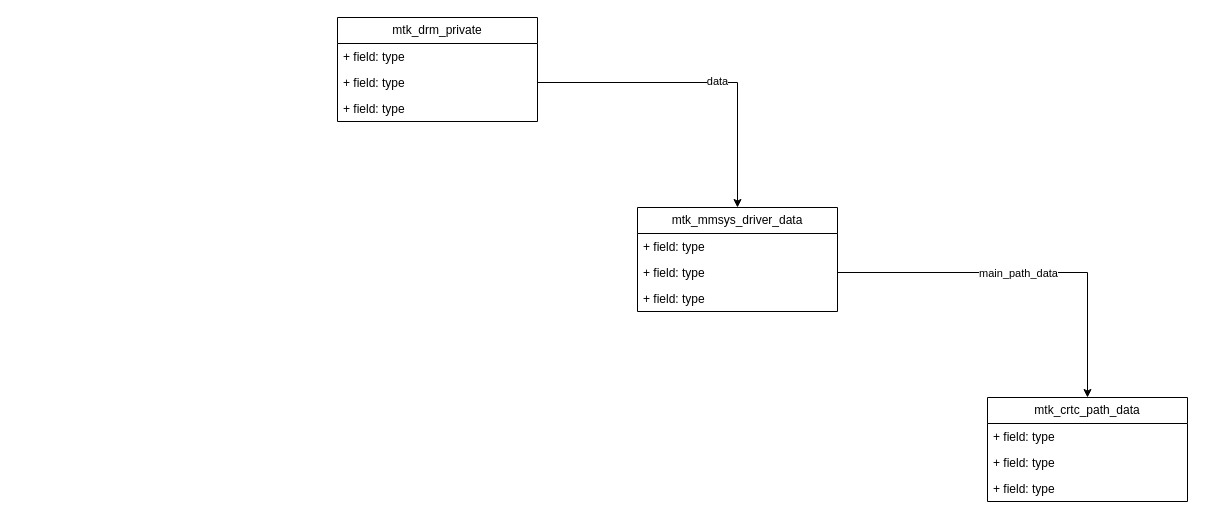
Earlier version of the draw.io diagram mtk_drm.drawio (Kaling1203/Diagram). Source tidied: cells renumbered, new cells numbered last; positions are measured from the earlier drawing's top-left corner, leaving out a move shared by most shapes. Both pictures are drawn from the tidied source at 100%, with x=0, y=0 at pixel (337, 17).
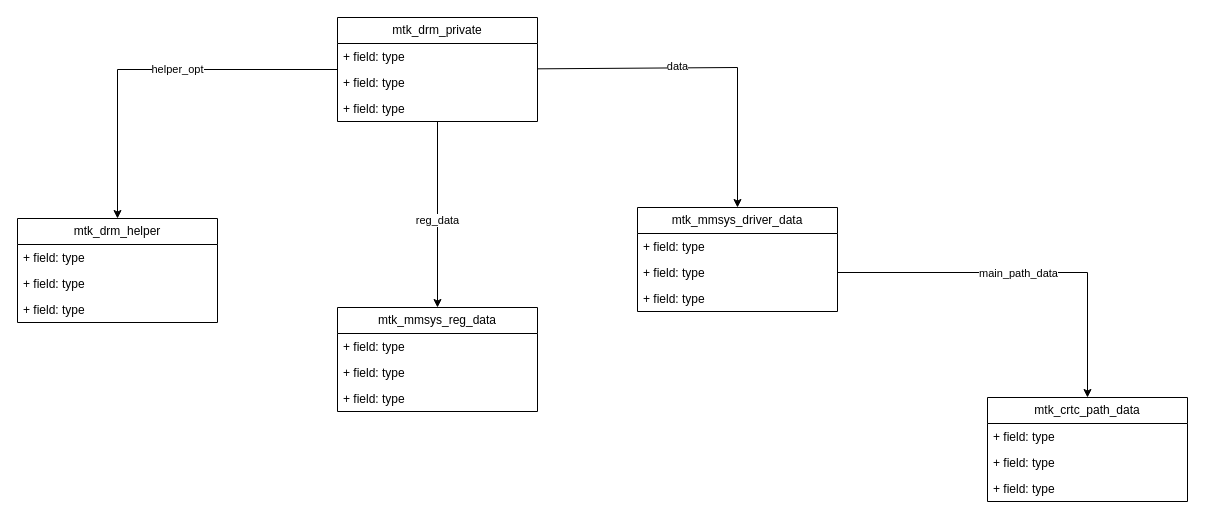
The same diagram, later.

Unchanged cells that the change refers to:
```xml
<mxCell id="2" value="mtk_drm_private" style="swimlane;fontStyle=0;horizontal=1;startSize=26;fillColor=none;whiteSpace=wrap;html=1;" parent="1" vertex="1">
  <mxGeometry width="200" height="104" as="geometry" />
</mxCell>
<mxCell id="4" value="+ field: type" style="text;strokeColor=none;fillColor=none;align=left;verticalAlign=top;spacingLeft=4;spacingRight=4;overflow=hidden;points=[[0,0.5],[1,0.5]];portConstraint=eastwest;whiteSpace=wrap;html=1;" parent="2" vertex="1">
  <mxGeometry y="52" width="200" height="26" as="geometry" />
</mxCell>
<mxCell id="6" value="mtk_mmsys_driver_data" style="swimlane;fontStyle=0;horizontal=1;startSize=26;fillColor=none;whiteSpace=wrap;html=1;" parent="1" vertex="1">
  <mxGeometry x="300" y="190" width="200" height="104" as="geometry" />
</mxCell>
```

Diff of the diagram source:
```diff
@@
-    <mxCell id="10" style="endArrow=classic;html=1;rounded=0;exitX=1;exitY=0.5;exitDx=0;exitDy=0;entryX=0.5;entryY=0;entryDx=0;entryDy=0;" parent="1" edge="1" source="4" target="6">
+    <mxCell id="10" style="endArrow=classic;html=1;rounded=0;entryX=0.5;entryY=0;entryDx=0;entryDy=0;" parent="1" edge="1" source="2" target="6">
       <mxGeometry relative="1" as="geometry">
         <Array as="points">
-          <mxPoint x="400" y="65" />
+          <mxPoint x="400" y="50" />
         </Array>
       </mxGeometry>
     </mxCell>
     <mxCell id="11" value="data" style="edgeLabel;html=1;align=center;verticalAlign=middle;" parent="10" vertex="1">
-      <mxGeometry x="0.1" y="2" relative="1" as="geometry" />
+      <mxGeometry x="0.1" y="2" relative="1" as="geometry">
+        <mxPoint x="-47" as="offset" />
+      </mxGeometry>
     </mxCell>
@@
+    <mxCell id="18" value="mtk_mmsys_reg_data" style="swimlane;fontStyle=0;horizontal=1;startSize=26;fillColor=none;whiteSpace=wrap;html=1;" parent="1" vertex="1">
+      <mxGeometry y="290" width="200" height="104" as="geometry" />
+    </mxCell>
+    <mxCell id="19" value="+ field: type" style="text;strokeColor=none;fillColor=none;align=left;verticalAlign=top;spacingLeft=4;spacingRight=4;overflow=hidden;whiteSpace=wrap;html=1;" parent="18" vertex="1">
+      <mxGeometry y="26" width="200" height="26" as="geometry" />
+    </mxCell>
+    <mxCell id="20" value="+ field: type" style="text;strokeColor=none;fillColor=none;align=left;verticalAlign=top;spacingLeft=4;spacingRight=4;overflow=hidden;whiteSpace=wrap;html=1;" parent="18" vertex="1">
+      <mxGeometry y="52" width="200" height="26" as="geometry" />
+    </mxCell>
+    <mxCell id="21" value="+ field: type" style="text;strokeColor=none;fillColor=none;align=left;verticalAlign=top;spacingLeft=4;spacingRight=4;overflow=hidden;whiteSpace=wrap;html=1;" parent="18" vertex="1">
+      <mxGeometry y="78" width="200" height="26" as="geometry" />
+    </mxCell>
+    <mxCell id="22" style="endArrow=classic;html=1;rounded=0;" parent="1" edge="1" source="2" target="18">
+      <mxGeometry relative="1" as="geometry" />
+    </mxCell>
+    <mxCell id="23" value="reg_data" style="edgeLabel;html=1;align=center;verticalAlign=middle;" parent="22" vertex="1">
+      <mxGeometry x="0.05" y="-1" relative="1" as="geometry" />
+    </mxCell>
+    <mxCell id="24" value="mtk_drm_helper" style="swimlane;fontStyle=0;horizontal=1;startSize=26;fillColor=none;whiteSpace=wrap;html=1;" parent="1" vertex="1">
+      <mxGeometry x="-320" y="201" width="200" height="104" as="geometry" />
+    </mxCell>
+    <mxCell id="25" value="+ field: type" style="text;strokeColor=none;fillColor=none;align=left;verticalAlign=top;spacingLeft=4;spacingRight=4;overflow=hidden;whiteSpace=wrap;html=1;" parent="24" vertex="1">
+      <mxGeometry y="26" width="200" height="26" as="geometry" />
+    </mxCell>
+    <mxCell id="26" value="+ field: type" style="text;strokeColor=none;fillColor=none;align=left;verticalAlign=top;spacingLeft=4;spacingRight=4;overflow=hidden;whiteSpace=wrap;html=1;" parent="24" vertex="1">
+      <mxGeometry y="52" width="200" height="26" as="geometry" />
+    </mxCell>
+    <mxCell id="27" value="+ field: type" style="text;strokeColor=none;fillColor=none;align=left;verticalAlign=top;spacingLeft=4;spacingRight=4;overflow=hidden;whiteSpace=wrap;html=1;" parent="24" vertex="1">
+      <mxGeometry y="78" width="200" height="26" as="geometry" />
+    </mxCell>
+    <mxCell id="28" style="endArrow=classic;html=1;rounded=0;" parent="1" edge="1" source="2" target="24">
+      <mxGeometry relative="1" as="geometry">
+        <Array as="points">
+          <mxPoint x="-220" y="52" />
+        </Array>
+      </mxGeometry>
+    </mxCell>
+    <mxCell id="29" value="helper_opt" style="edgeLabel;html=1;align=center;verticalAlign=middle;" parent="28" vertex="1">
+      <mxGeometry x="-0.13" y="-1" relative="1" as="geometry" />
+    </mxCell>
```
